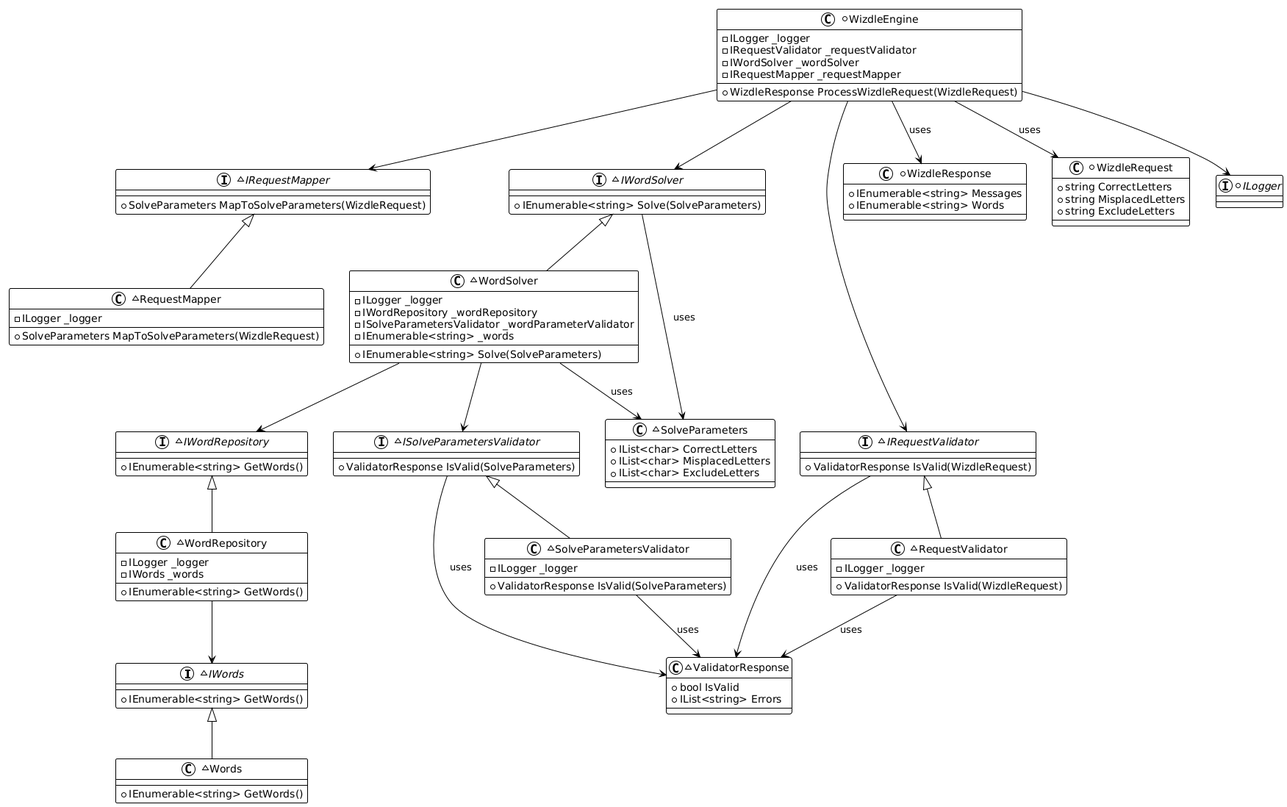
lyndychivs/Wizdle keeps this PlantUML diagram as Wizdle.Domain/Wizdle.png. Above is the earlier version.
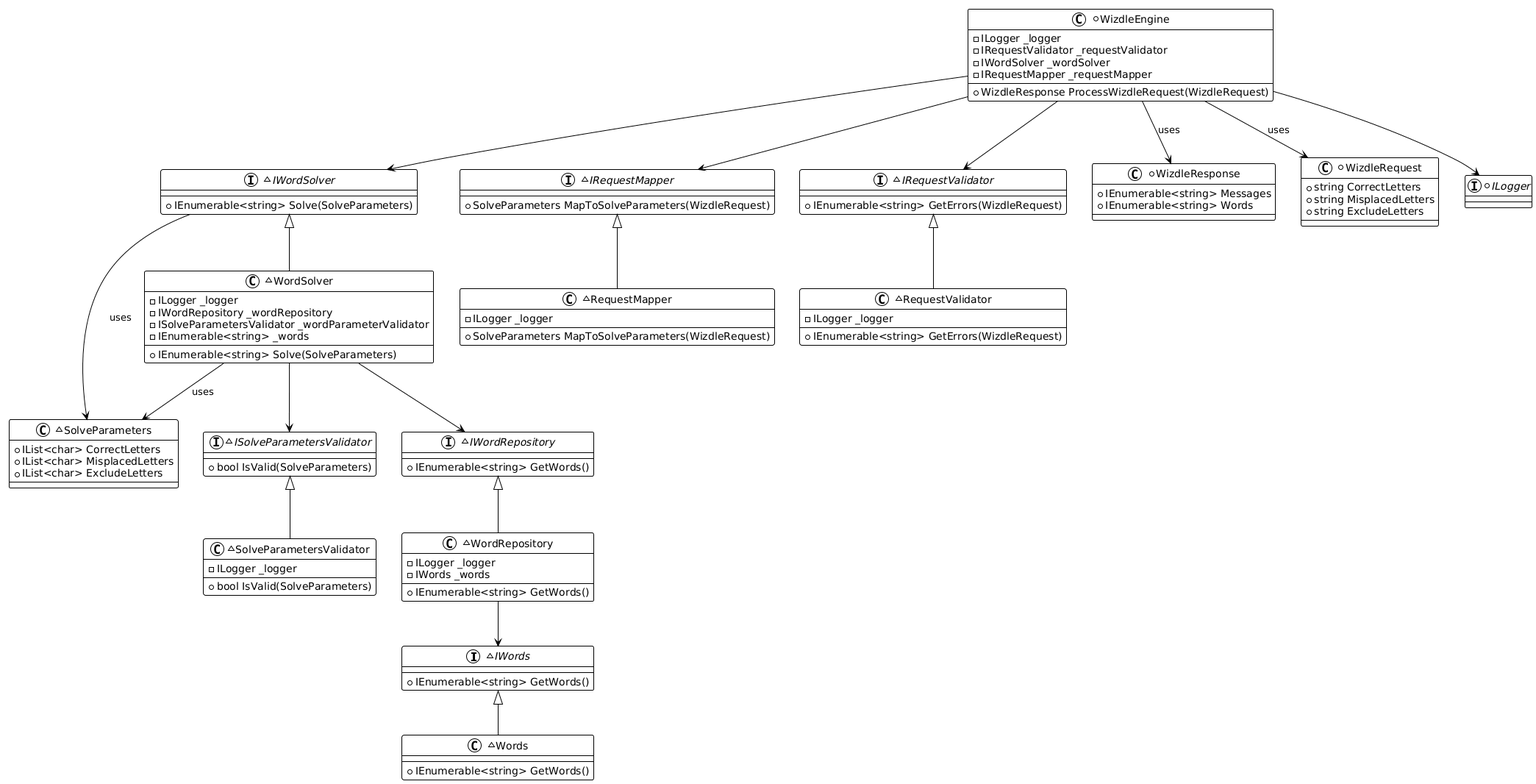
After the commit.

The edit, as a diff of the source:
```diff
@@ -60,36 +60,26 @@
 WordSolver --> ISolveParametersValidator
 
 ~interface ISolveParametersValidator {
-    +ValidatorResponse IsValid(SolveParameters)
+    +bool IsValid(SolveParameters)
 }
 
 ~class SolveParametersValidator {
     -ILogger _logger
-    +ValidatorResponse IsValid(SolveParameters)
+    +bool IsValid(SolveParameters)
 }
 
 ISolveParametersValidator <|-- SolveParametersValidator
 
 ~interface IRequestValidator {
-    +ValidatorResponse IsValid(WizdleRequest)
+    +IEnumerable<string> GetErrors(WizdleRequest)
 }
 
 ~class RequestValidator {
     -ILogger _logger
-    +ValidatorResponse IsValid(WizdleRequest)
+    +IEnumerable<string> GetErrors(WizdleRequest)
 }
 
 IRequestValidator <|-- RequestValidator
-
-~class ValidatorResponse {
-    +bool IsValid
-    +IList<string> Errors
-}
-
-IRequestValidator --> ValidatorResponse : uses
-ISolveParametersValidator --> ValidatorResponse : uses
-RequestValidator --> ValidatorResponse : uses
-SolveParametersValidator --> ValidatorResponse : uses
 
 +class WizdleEngine {
     -ILogger _logger
```
